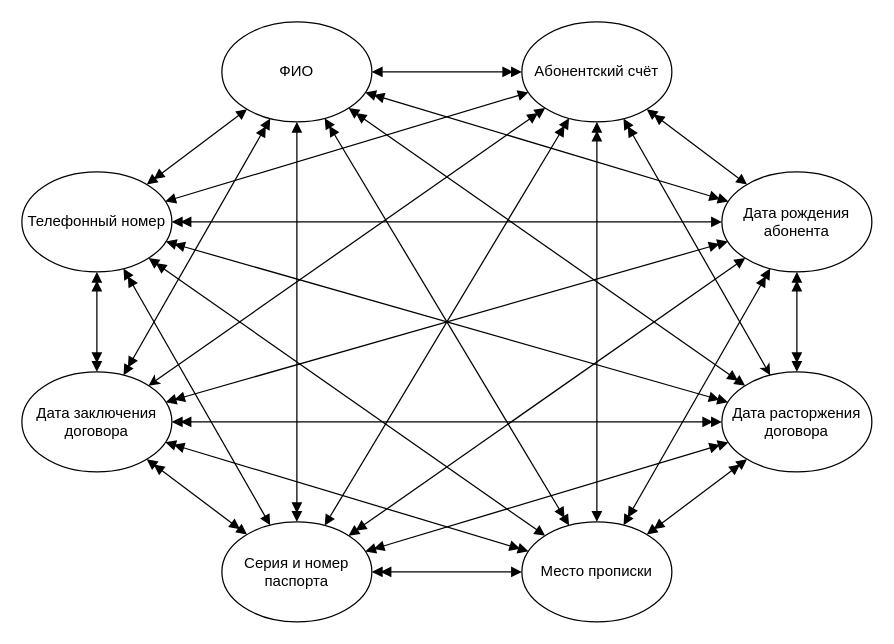
Above: coursework/graphics/drawio/subscriber-attributes.drawio in markov-avl/DatabaseDevelopmentTechnology (draw.io), before the change. Source tidied: cells renumbered, new cells numbered last; positions are measured from the earlier drawing's top-left corner, leaving out a move shared by most shapes. Both pictures are drawn from the tidied source at 125%, with x=0, y=0 at pixel (21, 21).
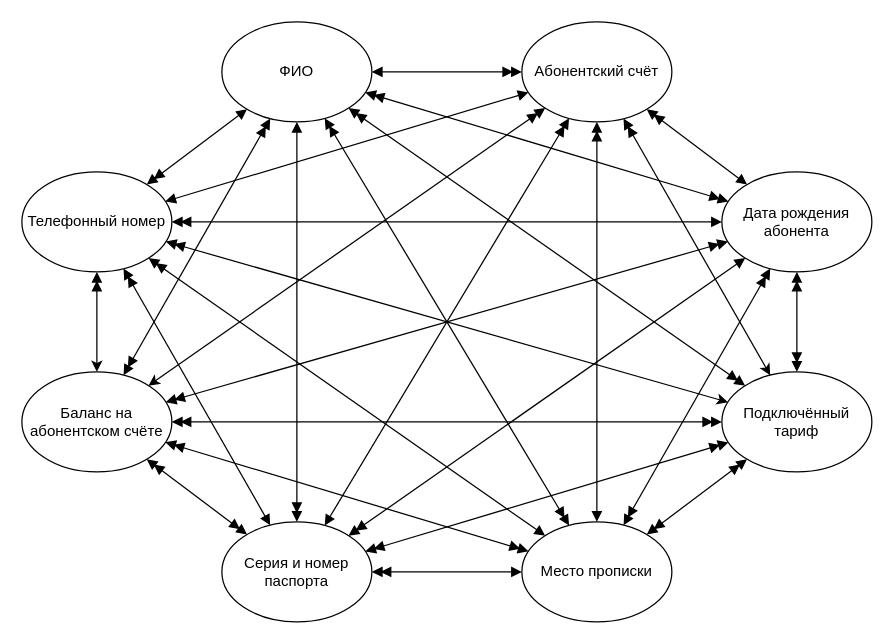
After the change.

Unchanged cells that the change refers to:
```xml
<mxCell id="8" value="Телефонный номер" style="ellipse;whiteSpace=wrap;html=1;" parent="1" vertex="1">
  <mxGeometry y="120" width="120" height="80" as="geometry" />
</mxCell>
```

Diff of the diagram source:
```diff
@@
-    <mxCell id="23" value="Дата заключения договора" style="ellipse;whiteSpace=wrap;html=1;" parent="1" vertex="1">
+    <mxCell id="23" value="Баланс на абонентском счёте" style="ellipse;whiteSpace=wrap;html=1;" parent="1" vertex="1">
       <mxGeometry y="280" width="120" height="80" as="geometry" />
     </mxCell>
-    <mxCell id="24" value="Дата расторжения договора" style="ellipse;whiteSpace=wrap;html=1;" parent="1" vertex="1">
+    <mxCell id="24" value="Подключённый тариф" style="ellipse;whiteSpace=wrap;html=1;" parent="1" vertex="1">
       <mxGeometry x="560" y="280" width="120" height="80" as="geometry" />
     </mxCell>
@@
-    <mxCell id="30" style="endArrow=doubleBlock;html=1;rounded=0;endFill=1;startArrow=doubleBlock;startFill=1;" parent="1" edge="1" source="8" target="23">
+    <mxCell id="30" style="endArrow=classic;html=1;rounded=0;endFill=1;startArrow=doubleBlock;startFill=1;" parent="1" edge="1" source="8" target="23">
       <mxGeometry relative="1" as="geometry" />
     </mxCell>
@@
-    <mxCell id="35" style="endArrow=doubleBlock;html=1;rounded=0;endFill=1;startArrow=doubleBlock;startFill=1;" parent="1" edge="1" source="24" target="8">
+    <mxCell id="35" style="endArrow=doubleBlock;html=1;rounded=0;endFill=1;startArrow=classic;startFill=1;" parent="1" edge="1" source="24" target="8">
       <mxGeometry relative="1" as="geometry" />
     </mxCell>
```
